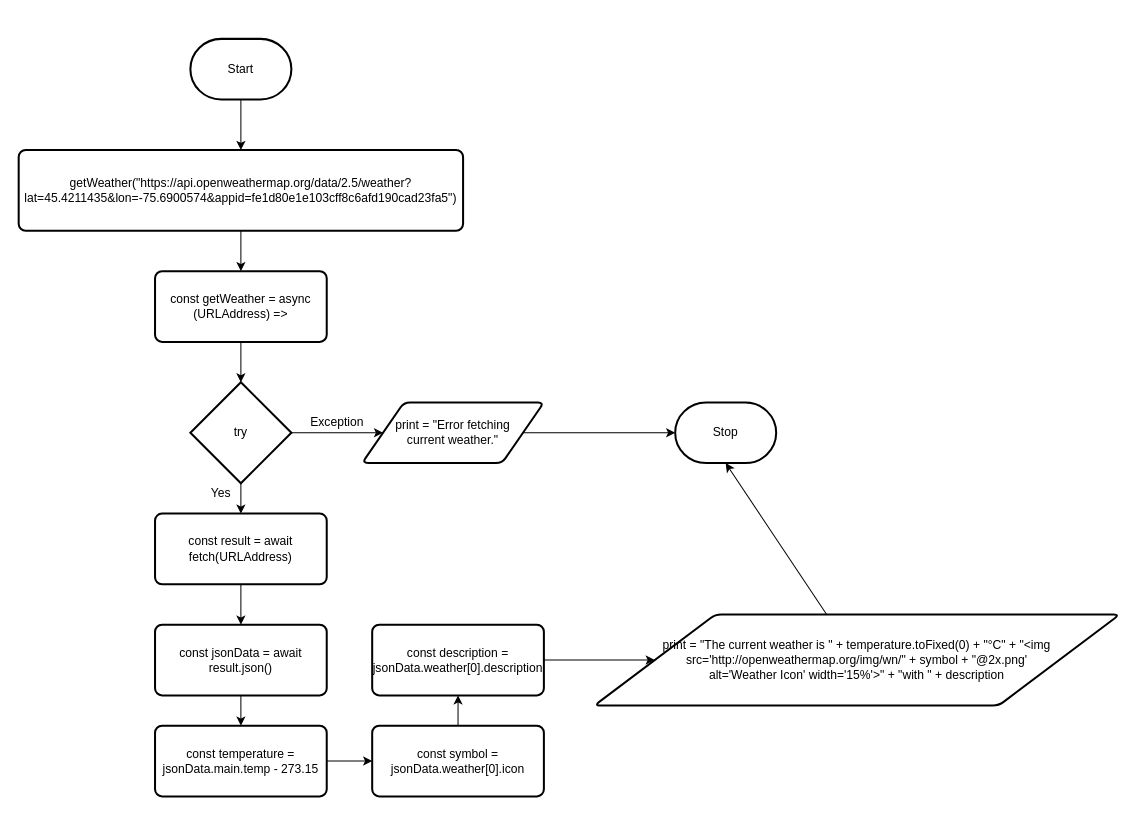
Above: design/flow-chart.drawio in Kenny-Le-281/ICS2O-Unit6-03-HTML (draw.io), before the change. Source tidied: cells renumbered, new cells numbered last; positions are measured from the earlier drawing's top-left corner, leaving out a move shared by most shapes. Both pictures are drawn from the tidied source at 101%, with x=0, y=0 at pixel (18, 38).
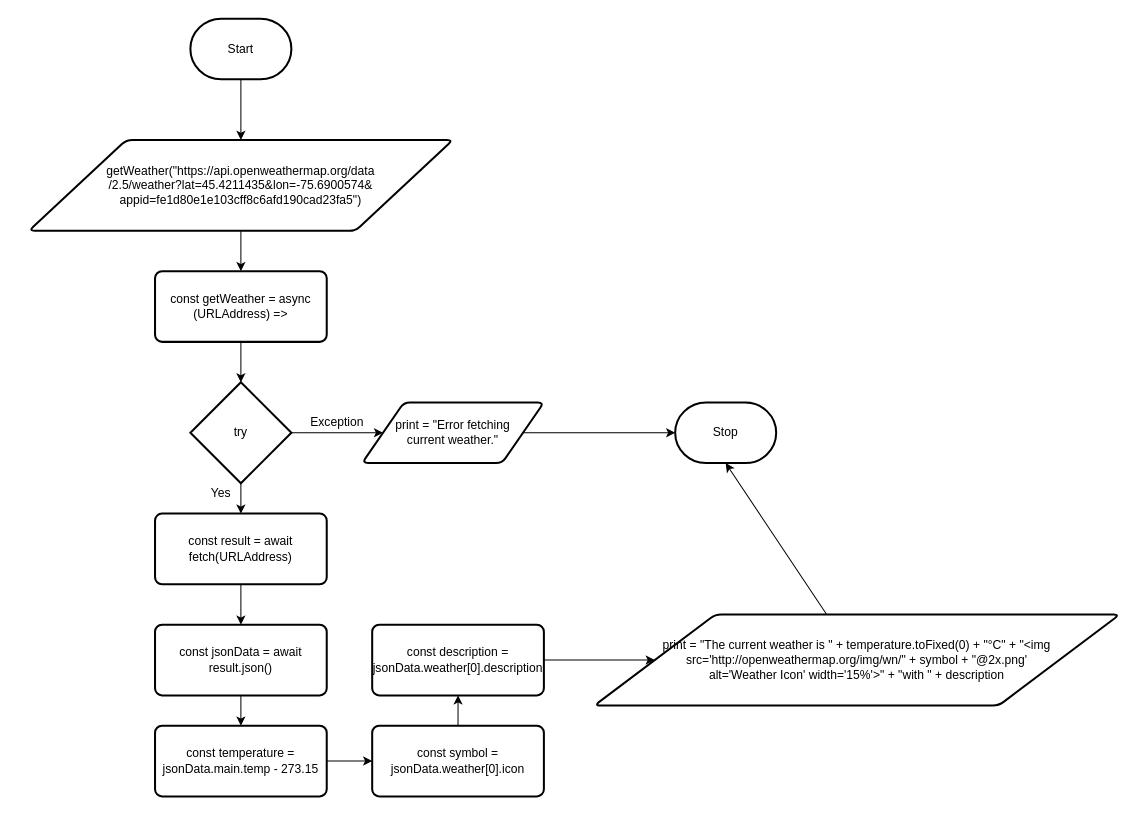
The same page after the edit.

The change refers to these unchanged cells:
```xml
<mxCell id="7" value="const getWeather = async (URLAddress) =&amp;gt;" style="rounded=1;whiteSpace=wrap;html=1;absoluteArcSize=1;arcSize=14;strokeWidth=2;" parent="1" vertex="1">
  <mxGeometry x="135" y="230" width="170" height="70" as="geometry" />
</mxCell>
```

What changed in the source:
```diff
@@
-    <mxCell id="2" style="edgeStyle=none;html=1;entryX=0.5;entryY=0;entryDx=0;entryDy=0;" parent="1" edge="1" source="3" target="5">
-      <mxGeometry relative="1" as="geometry" />
-    </mxCell>
+    <mxCell id="28" style="edgeStyle=none;html=1;" parent="1" edge="1" source="3" target="29">
+      <mxGeometry relative="1" as="geometry" />
+    </mxCell>
     <mxCell id="3" value="Start" style="strokeWidth=2;html=1;shape=mxgraph.flowchart.terminator;whiteSpace=wrap;" parent="1" vertex="1">
-      <mxGeometry x="170" width="100" height="60" as="geometry" />
+      <mxGeometry x="170" y="-20" width="100" height="60" as="geometry" />
     </mxCell>
-    <mxCell id="4" style="edgeStyle=none;html=1;entryX=0.5;entryY=0;entryDx=0;entryDy=0;" parent="1" edge="1" source="5" target="7">
-      <mxGeometry relative="1" as="geometry" />
+    <mxCell id="4" style="edgeStyle=none;html=1;entryX=0.5;entryY=0;entryDx=0;entryDy=0;" parent="1" edge="1" target="7">
+      <mxGeometry relative="1" as="geometry">
+        <mxPoint x="220" y="190" as="sourcePoint" />
+      </mxGeometry>
     </mxCell>
-    <mxCell id="5" value="getWeather(&quot;https://api.openweathermap.org/data/2.5/weather?lat=45.4211435&amp;amp;lon=-75.6900574&amp;amp;appid=fe1d80e1e103cff8c6afd190cad23fa5&quot;)" style="rounded=1;whiteSpace=wrap;html=1;absoluteArcSize=1;arcSize=14;strokeWidth=2;" parent="1" vertex="1">
-      <mxGeometry y="110" width="440" height="80" as="geometry" />
-    </mxCell>
@@
+    <mxCell id="29" value="&lt;span&gt;getWeather(&quot;https://api.openweathermap.org/data&lt;br&gt;/2.5/weather?lat=45.4211435&amp;amp;lon=-75.6900574&amp;amp;&lt;br&gt;appid=fe1d80e1e103cff8c6afd190cad23fa5&quot;)&lt;/span&gt;" style="shape=parallelogram;html=1;strokeWidth=2;perimeter=parallelogramPerimeter;whiteSpace=wrap;rounded=1;arcSize=12;size=0.23;" parent="1" vertex="1">
+      <mxGeometry x="10" y="100" width="420" height="90" as="geometry" />
+    </mxCell>
```
